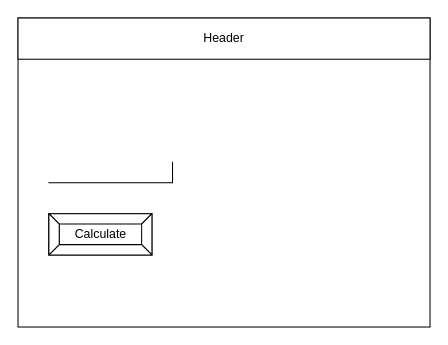
parsa-tahavori/ICS2O-UNIT5-8 keeps this draw.io diagram as design/story-board.drawio. Above is the earlier version. Source tidied: cells renumbered, new cells numbered last; positions are measured from the earlier drawing's top-left corner, leaving out a move shared by most shapes. Both pictures are drawn from the tidied source at 103%, with x=0, y=0 at pixel (18, 18).
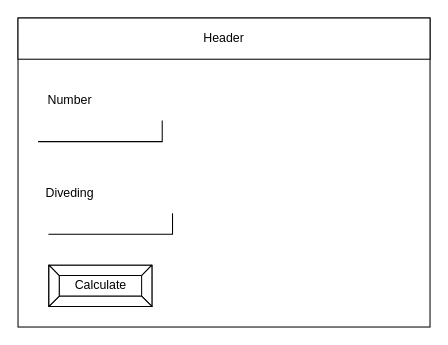
The same diagram, later.

The edit, as a diff of the source:
```diff
@@
 <mxGraphModel>
   <root>
     <mxCell id="0" />
     <mxCell id="1" parent="0" />
     <mxCell id="2" style="rounded=0;whiteSpace=wrap;html=1;" parent="1" vertex="1">
       <mxGeometry width="400" height="300" as="geometry" />
     </mxCell>
     <mxCell id="3" value="Header" style="rounded=0;whiteSpace=wrap;html=1;" parent="1" vertex="1">
       <mxGeometry width="400" height="40" as="geometry" />
     </mxCell>
     <mxCell id="4" style="shape=partialRectangle;whiteSpace=wrap;html=1;top=0;left=0;fillColor=none;" parent="1" vertex="1">
-      <mxGeometry x="30" y="140" width="120" height="20" as="geometry" />
+      <mxGeometry x="30" y="190" width="120" height="20" as="geometry" />
     </mxCell>
     <mxCell id="5" value="Calculate" style="labelPosition=center;verticalLabelPosition=middle;align=center;html=1;shape=mxgraph.basic.button;dx=10;" parent="1" vertex="1">
-      <mxGeometry x="30" y="190" width="100" height="40" as="geometry" />
+      <mxGeometry x="30" y="240" width="100" height="40" as="geometry" />
     </mxCell>
+    <mxCell id="6" value="Number" style="text;html=1;align=center;verticalAlign=middle;strokeColor=none;fillColor=none;" parent="1" vertex="1">
+      <mxGeometry x="20" y="70" width="60" height="20" as="geometry" />
+    </mxCell>
+    <mxCell id="7" style="shape=partialRectangle;whiteSpace=wrap;html=1;top=0;left=0;fillColor=none;" parent="1" vertex="1">
+      <mxGeometry x="20" y="100" width="120" height="20" as="geometry" />
+    </mxCell>
+    <mxCell id="8" value="Diveding" style="text;html=1;align=center;verticalAlign=middle;strokeColor=none;fillColor=none;" parent="1" vertex="1">
+      <mxGeometry x="20" y="160" width="60" height="20" as="geometry" />
+    </mxCell>
   </root>
 </mxGraphModel>
```
